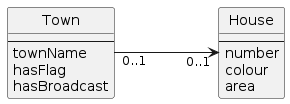
Before: 3/model/scheme2.png, a diagram exported from PlantUML (michael-sevcik/NPRG036-Data-Formats).
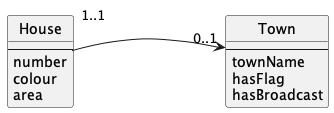
After the commit.

Commit message:
reverse edge and change multiplicity

Change to the diagram source:
```diff
@@ -1,4 +1,4 @@
-@startuml
+@startuml MayorDiagram
 
 hide circle
 
@@ -19,7 +19,7 @@
 }
 
 
-Town "0..1" -r-> "0..1" House : "                 "
+Town "0..1" <-l- "1..1" House : "                 "
 
 
 @enduml
```
